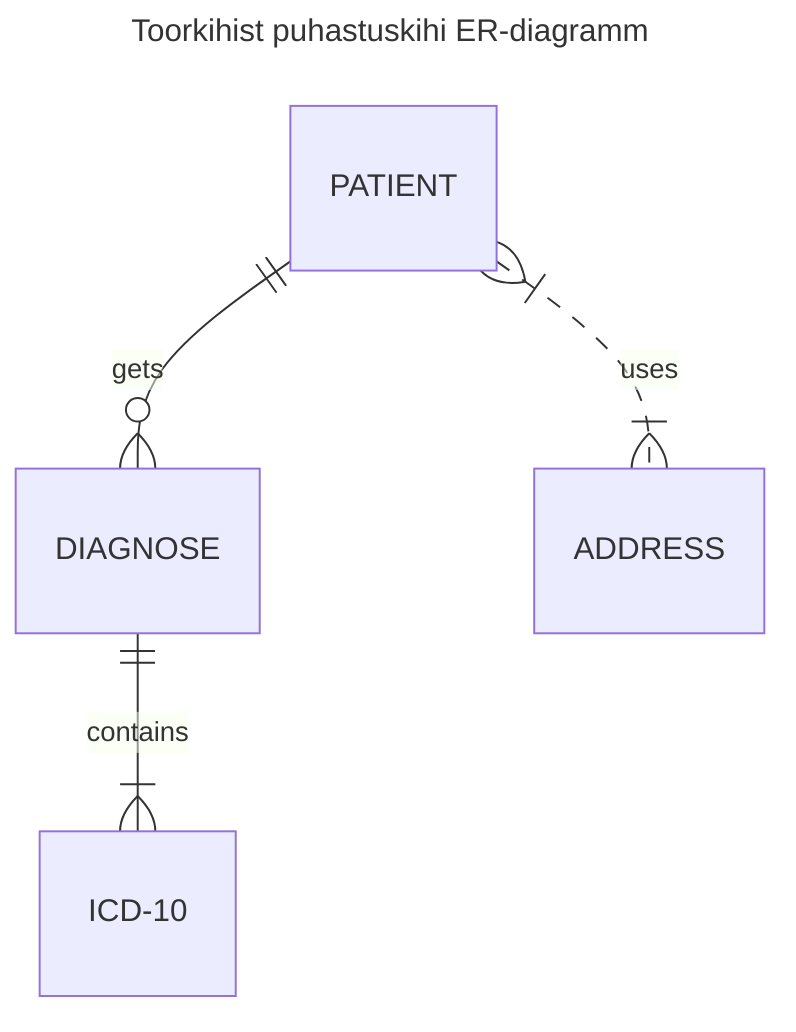
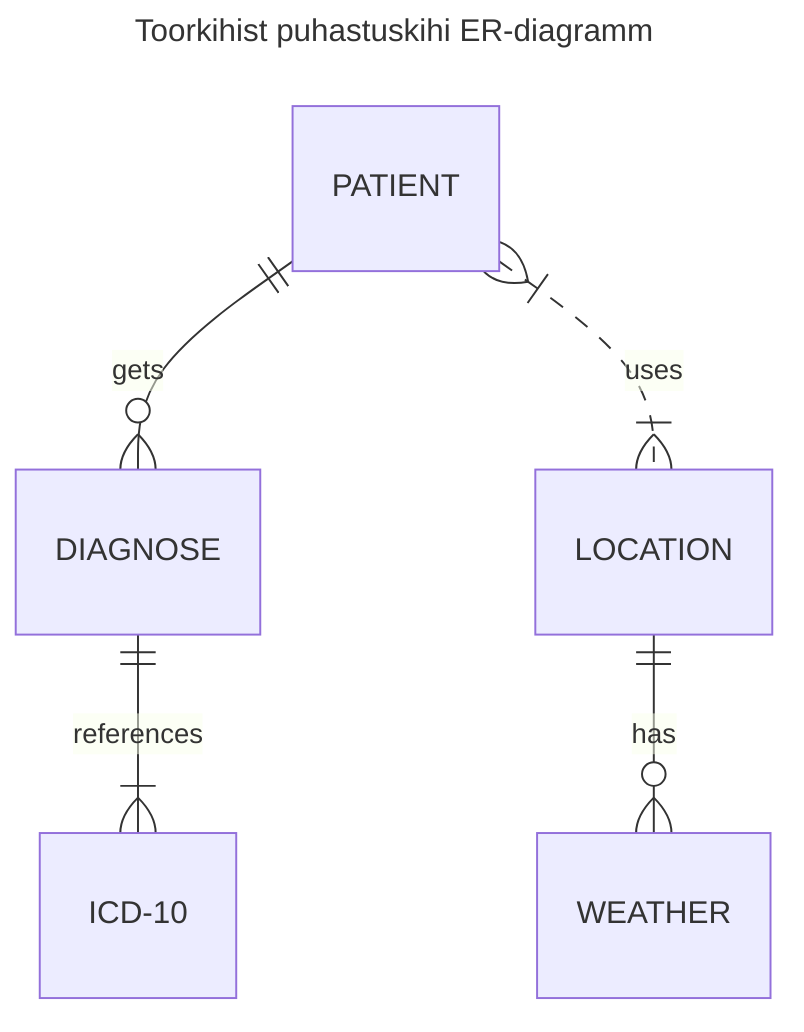
---
title: Toorkihist puhastuskihi ER-diagramm
---
erDiagram
    PATIENT ||--o{ DIAGNOSE : gets
-     DIAGNOSE ||--|{ ICD-10 : contains
-     PATIENT }|..|{ ADDRESS : uses+     DIAGNOSE ||--|{ ICD-10 : references
+     PATIENT }|..|{ LOCATION : uses
+     LOCATION ||--o{ WEATHER : has